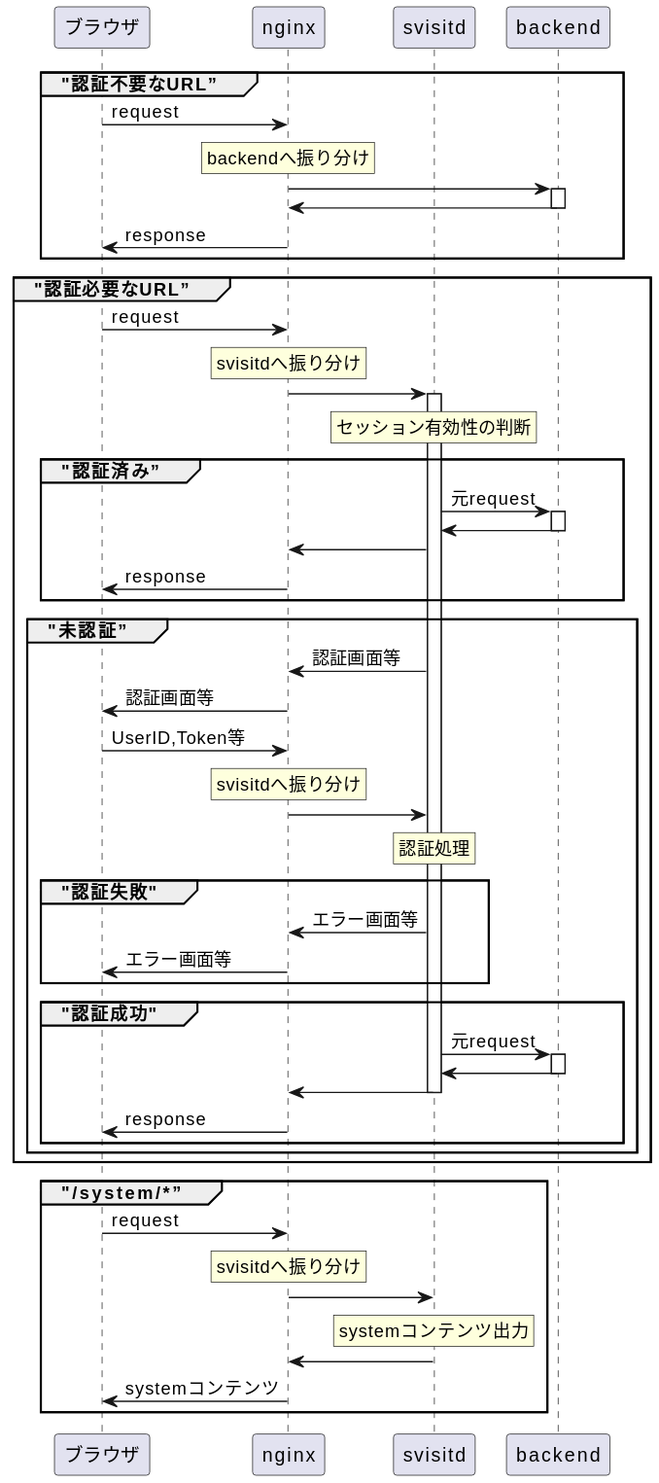
Above: figure2.svg in feitianjapanlee/centos7sv2 (PlantUML), before the change.
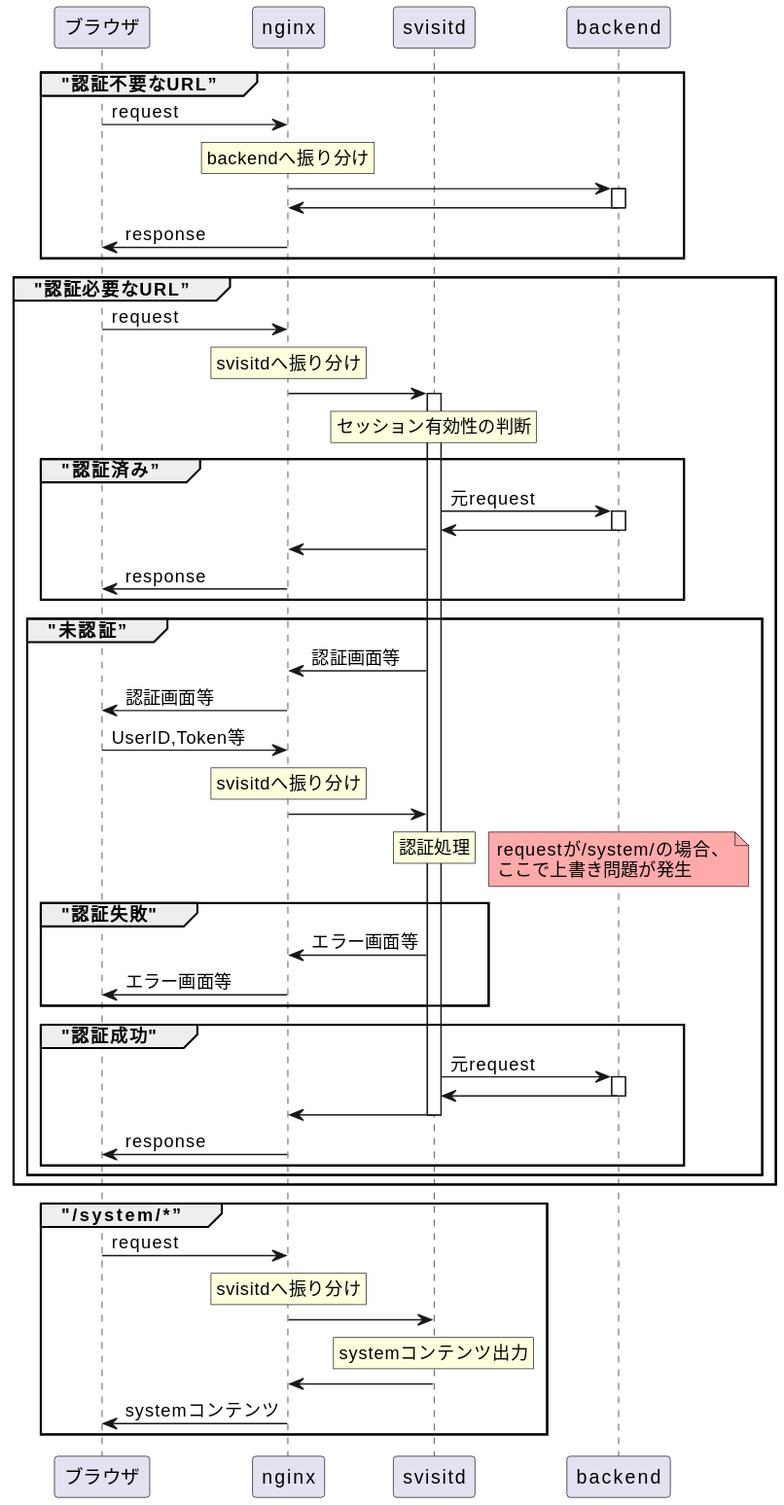
After the commit.

Commit message:
add failure point

Change to the diagram source:
```diff
@@ -16,14 +16,10 @@
 end
 group "認証必要なURL”
   browser -> nginx: request
-  rnote over nginx
-    svisitdへ振り分け
-  endrnote
+  rnote over nginx:svisitdへ振り分け
   nginx -> svisitd:
   activate svisitd
-  rnote over svisitd
-    セッション有効性の判断
-  endrnote
+  rnote over svisitd:セッション有効性の判断
   group "認証済み”
     svisitd -> backend:元request
     activate backend
@@ -36,13 +32,10 @@
     svisitd -> nginx:認証画面等
     nginx -> browser:認証画面等
     browser -> nginx:UserID,Token等
-    rnote over nginx
-      svisitdへ振り分け
-    endrnote
+    rnote over nginx:svisitdへ振り分け
     nginx -> svisitd
-    rnote over svisitd
-      認証処理
-    endrnote
+    rnote over svisitd:認証処理
+    / note over backend #FFAAAA:requestが/system/の場合、\nここで上書き問題が発生
     group "認証失敗"
       svisitd -> nginx:エラー画面等
       nginx -> browser:エラー画面等
@@ -60,13 +53,9 @@
 end
 group "/system/*”
   browser -> nginx: request
-  rnote over nginx
-    svisitdへ振り分け
-  endrnote
+  rnote over nginx:svisitdへ振り分け
   nginx -> svisitd:
-  rnote over svisitd
-    systemコンテンツ出力
-  endrnote
+  rnote over svisitd:systemコンテンツ出力
   svisitd -> nginx
   nginx -> browser:systemコンテンツ
 end
```
